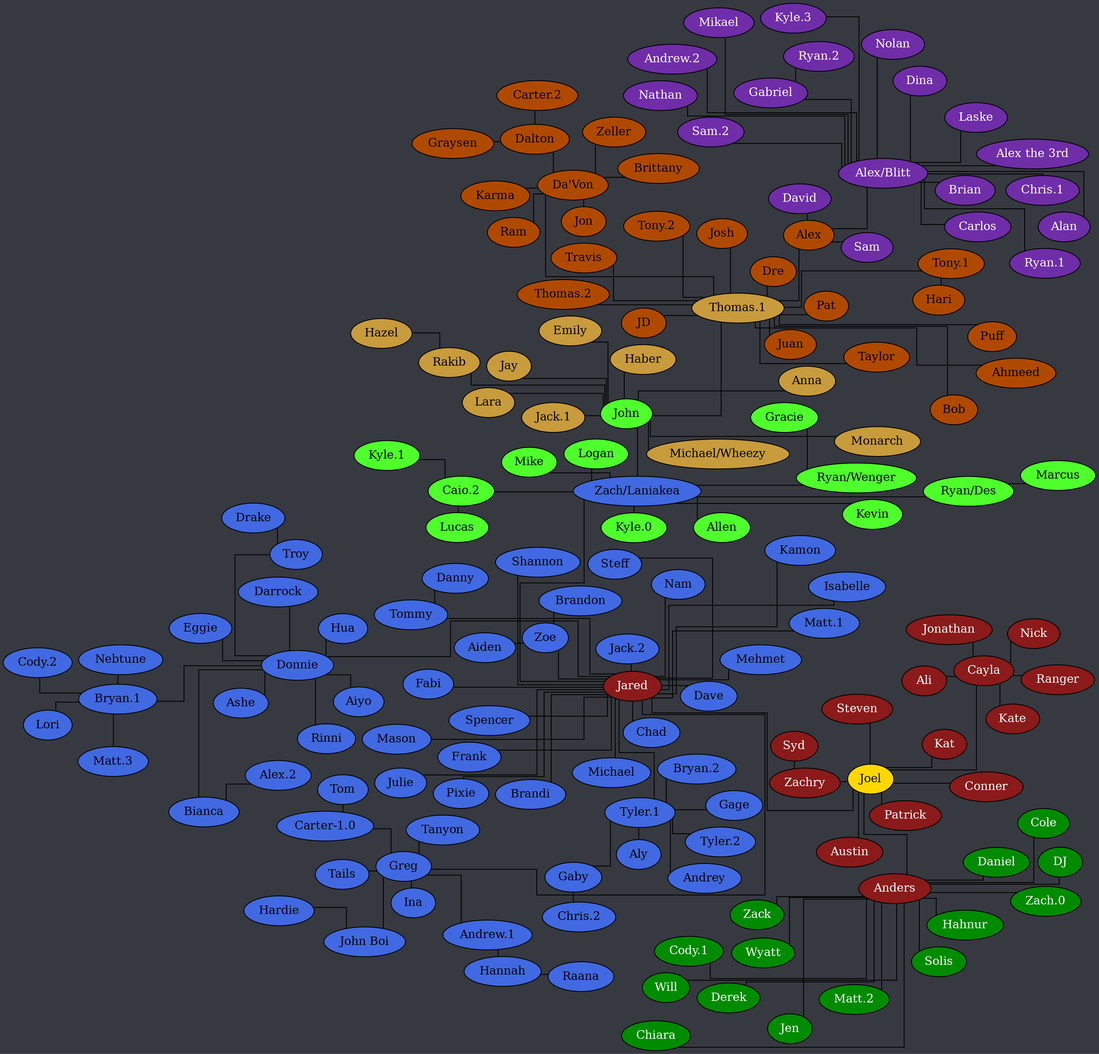
Earlier version of the Graphviz export tree.png (Documidas/CoronaCatzFamilyTree). Its source is kept beside it as tree.dot.
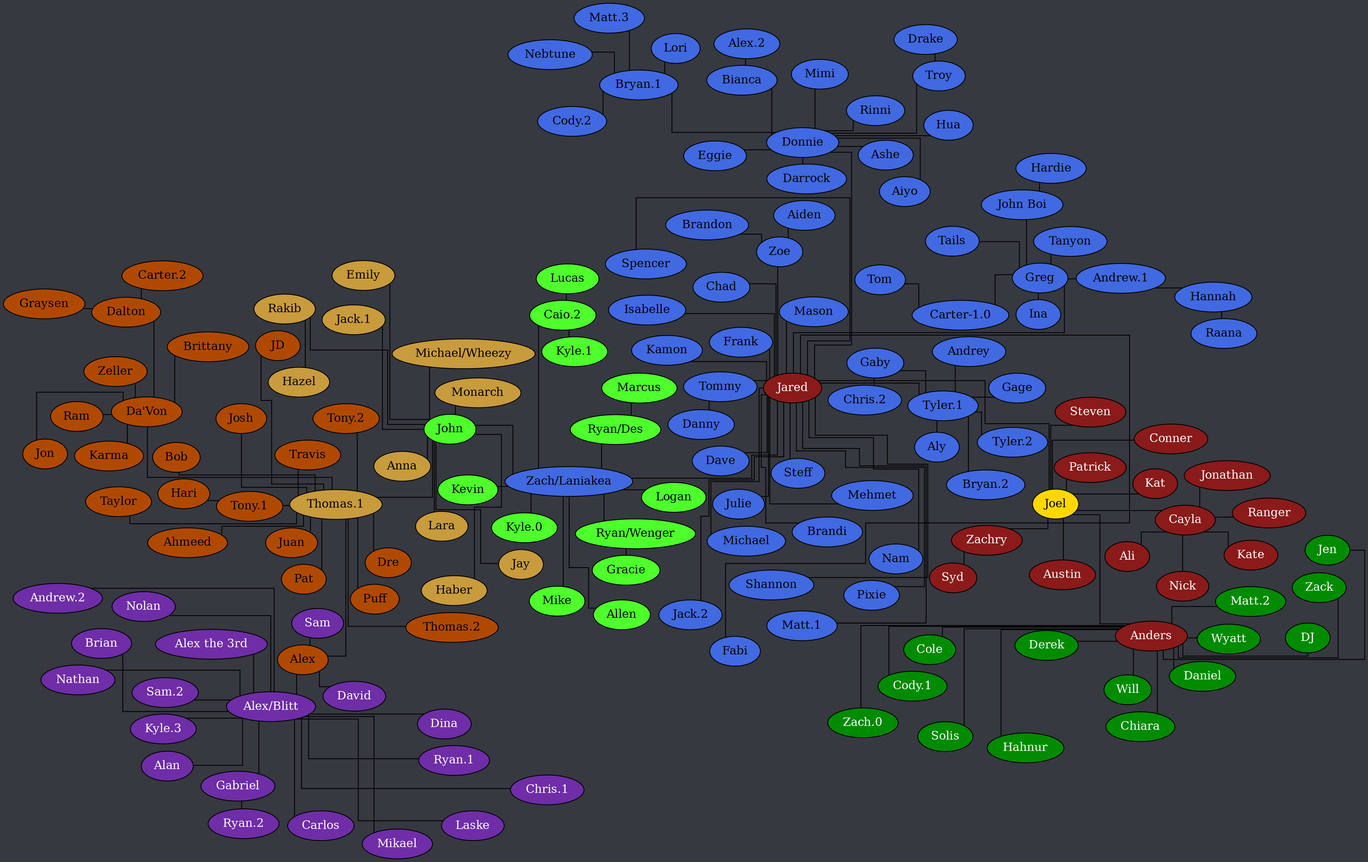
Later version of the same file.

Commit message:
Add Mimi to Donnie

What changed in the source:
```diff
@@ -68,6 +68,7 @@
 		Donnie -- Darrock;
 		Donnie -- Eggie;
 		Donnie -- Hua;
+		Donnie -- Mimi;
 		Donnie -- Rinni;
 		Donnie -- Troy;
 		Gaby -- "Chris.2";
```
